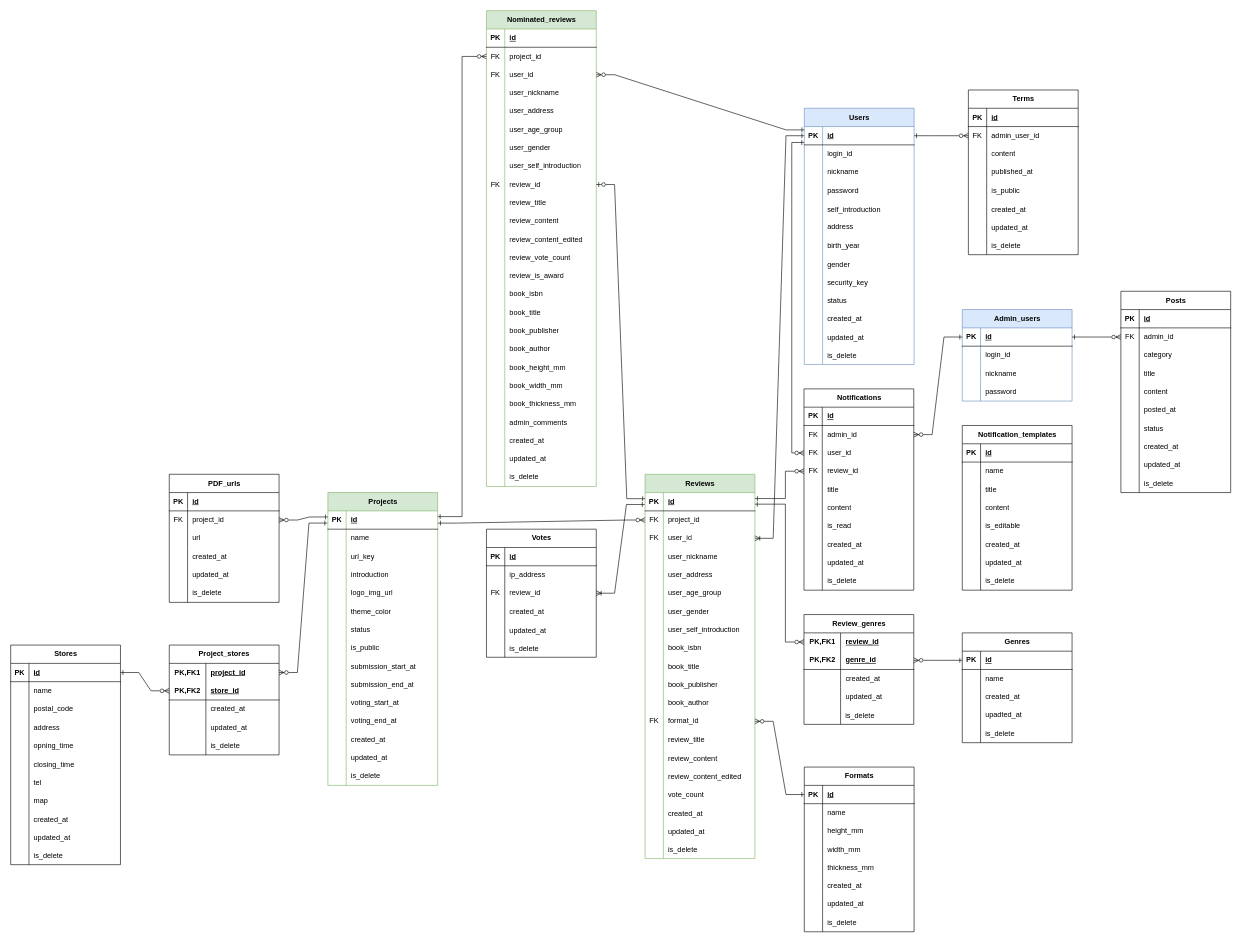
Above: ER図.drawio in knagaki1225/zoutohana-documentation (draw.io), before the change. Source tidied: cells renumbered, new cells numbered last; positions are measured from the earlier drawing's top-left corner, leaving out a move shared by most shapes. Both pictures are drawn from the tidied source at 61%, with x=0, y=0 at pixel (10, 10).
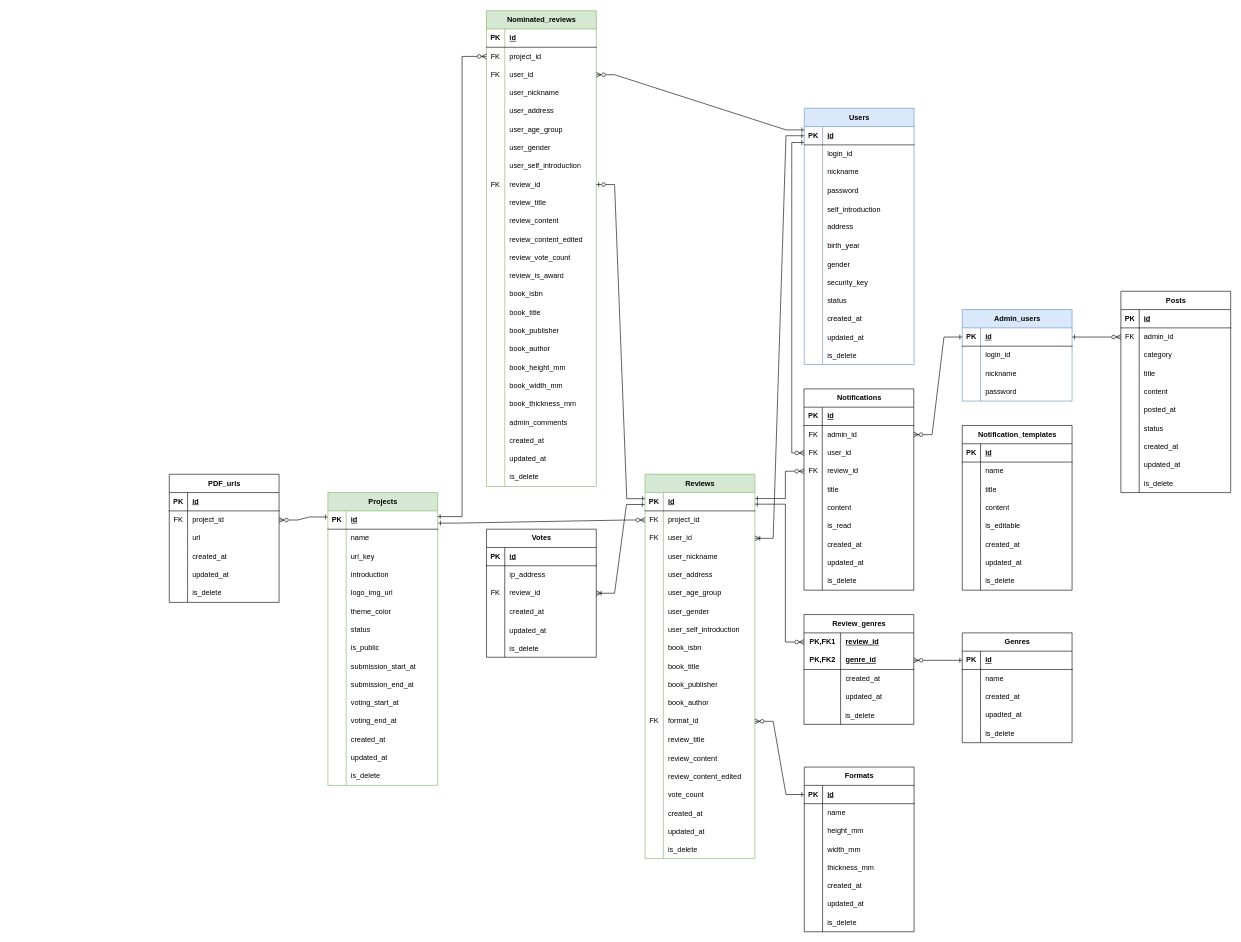
The same diagram, later.

The change refers to these unchanged cells:
```xml
<mxCell id="3" style="shape=tableRow;horizontal=0;startSize=0;swimlaneHead=0;swimlaneBody=0;fillColor=none;points=[[0,0.5],[1,0.5]];portConstraint=eastwest;top=0;left=0;right=0;bottom=1;" parent="2" vertex="1">
  <mxGeometry y="30" width="180" height="30" as="geometry" />
</mxCell>
```

Change to the diagram source:
```diff
@@
-    <mxCell id="434" value="Stores" style="shape=table;startSize=30;childLayout=tableLayout;rowLines=0;fontStyle=1;align=center;html=1;" parent="1" vertex="1">
-      <mxGeometry y="1040" width="180" height="360" as="geometry" />
-    </mxCell>
-    <mxCell id="435" style="shape=tableRow;horizontal=0;startSize=0;swimlaneHead=0;swimlaneBody=0;fillColor=none;points=[[0,0.5],[1,0.5]];portConstraint=eastwest;top=0;left=0;right=0;bottom=1;" parent="434" vertex="1">
-      <mxGeometry y="30" width="180" height="30" as="geometry" />
-    </mxCell>
-    <mxCell id="436" value="PK" style="shape=partialRectangle;fillColor=none;top=0;left=0;bottom=0;right=0;fontStyle=1;overflow=hidden;whiteSpace=wrap;html=1;" parent="435" vertex="1">
-      <mxGeometry width="30" height="30" as="geometry" />
-    </mxCell>
-    <mxCell id="437" value="id" style="shape=partialRectangle;fillColor=none;top=0;left=0;bottom=0;right=0;align=left;spacingLeft=6;fontStyle=5;overflow=hidden;whiteSpace=wrap;html=1;" parent="435" vertex="1">
-      <mxGeometry x="30" width="150" height="30" as="geometry" />
-    </mxCell>
-    <mxCell id="438" style="shape=tableRow;horizontal=0;startSize=0;swimlaneHead=0;swimlaneBody=0;fillColor=none;top=0;left=0;right=0;bottom=0;" parent="434" vertex="1">
-      <mxGeometry y="60" width="180" height="30" as="geometry" />
-    </mxCell>
-    <mxCell id="439" style="shape=partialRectangle;fillColor=none;top=0;left=0;bottom=0;right=0;overflow=hidden;whiteSpace=wrap;html=1;" parent="438" vertex="1">
-      <mxGeometry width="30" height="30" as="geometry" />
-    </mxCell>
-    <mxCell id="440" value="name" style="shape=partialRectangle;fillColor=none;top=0;left=0;bottom=0;right=0;align=left;spacingLeft=6;overflow=hidden;whiteSpace=wrap;html=1;" parent="438" vertex="1">
-      <mxGeometry x="30" width="150" height="30" as="geometry" />
-    </mxCell>
-    <mxCell id="441" style="shape=tableRow;horizontal=0;startSize=0;swimlaneHead=0;swimlaneBody=0;fillColor=none;top=0;left=0;right=0;bottom=0;" parent="434" vertex="1">
-      <mxGeometry y="90" width="180" height="30" as="geometry" />
-    </mxCell>
-    <mxCell id="442" style="shape=partialRectangle;fillColor=none;top=0;left=0;bottom=0;right=0;overflow=hidden;whiteSpace=wrap;html=1;" parent="441" vertex="1">
-      <mxGeometry width="30" height="30" as="geometry" />
-    </mxCell>
-    <mxCell id="443" value="postal_code" style="shape=partialRectangle;fillColor=none;top=0;left=0;bottom=0;right=0;align=left;spacingLeft=6;overflow=hidden;whiteSpace=wrap;html=1;" parent="441" vertex="1">
-      <mxGeometry x="30" width="150" height="30" as="geometry" />
-    </mxCell>
-    <mxCell id="444" style="shape=tableRow;horizontal=0;startSize=0;swimlaneHead=0;swimlaneBody=0;fillColor=none;top=0;left=0;right=0;bottom=0;" parent="434" vertex="1">
-      <mxGeometry y="120" width="180" height="30" as="geometry" />
-    </mxCell>
-    <mxCell id="445" style="shape=partialRectangle;fillColor=none;top=0;left=0;bottom=0;right=0;overflow=hidden;whiteSpace=wrap;html=1;" parent="444" vertex="1">
-      <mxGeometry width="30" height="30" as="geometry" />
-    </mxCell>
-    <mxCell id="446" value="address" style="shape=partialRectangle;fillColor=none;top=0;left=0;bottom=0;right=0;align=left;spacingLeft=6;overflow=hidden;whiteSpace=wrap;html=1;" parent="444" vertex="1">
-      <mxGeometry x="30" width="150" height="30" as="geometry" />
-    </mxCell>
-    <mxCell id="447" style="shape=tableRow;horizontal=0;startSize=0;swimlaneHead=0;swimlaneBody=0;fillColor=none;top=0;left=0;right=0;bottom=0;" parent="434" vertex="1">
-      <mxGeometry y="150" width="180" height="30" as="geometry" />
-    </mxCell>
-    <mxCell id="448" style="shape=partialRectangle;fillColor=none;top=0;left=0;bottom=0;right=0;overflow=hidden;" parent="447" vertex="1">
-      <mxGeometry width="30" height="30" as="geometry" />
-    </mxCell>
-    <mxCell id="449" value="opning_time" style="shape=partialRectangle;fillColor=none;top=0;left=0;bottom=0;right=0;align=left;spacingLeft=6;overflow=hidden;" parent="447" vertex="1">
-      <mxGeometry x="30" width="150" height="30" as="geometry" />
-    </mxCell>
-    <mxCell id="450" style="shape=tableRow;horizontal=0;startSize=0;swimlaneHead=0;swimlaneBody=0;fillColor=none;top=0;left=0;right=0;bottom=0;" parent="434" vertex="1">
-      <mxGeometry y="180" width="180" height="30" as="geometry" />
-    </mxCell>
-    <mxCell id="451" style="shape=partialRectangle;fillColor=none;top=0;left=0;bottom=0;right=0;overflow=hidden;" parent="450" vertex="1">
-      <mxGeometry width="30" height="30" as="geometry" />
-    </mxCell>
-    <mxCell id="452" value="closing_time" style="shape=partialRectangle;fillColor=none;top=0;left=0;bottom=0;right=0;align=left;spacingLeft=6;overflow=hidden;" parent="450" vertex="1">
-      <mxGeometry x="30" width="150" height="30" as="geometry" />
-    </mxCell>
-    <mxCell id="453" style="shape=tableRow;horizontal=0;startSize=0;swimlaneHead=0;swimlaneBody=0;fillColor=none;top=0;left=0;right=0;bottom=0;" parent="434" vertex="1">
-      <mxGeometry y="210" width="180" height="30" as="geometry" />
-    </mxCell>
-    <mxCell id="454" style="shape=partialRectangle;fillColor=none;top=0;left=0;bottom=0;right=0;overflow=hidden;" parent="453" vertex="1">
-      <mxGeometry width="30" height="30" as="geometry" />
-    </mxCell>
-    <mxCell id="455" value="tel" style="shape=partialRectangle;fillColor=none;top=0;left=0;bottom=0;right=0;align=left;spacingLeft=6;overflow=hidden;" parent="453" vertex="1">
-      <mxGeometry x="30" width="150" height="30" as="geometry" />
-    </mxCell>
-    <mxCell id="456" style="shape=tableRow;horizontal=0;startSize=0;swimlaneHead=0;swimlaneBody=0;fillColor=none;top=0;left=0;right=0;bottom=0;" parent="434" vertex="1">
-      <mxGeometry y="240" width="180" height="30" as="geometry" />
-    </mxCell>
-    <mxCell id="457" style="shape=partialRectangle;fillColor=none;top=0;left=0;bottom=0;right=0;overflow=hidden;" parent="456" vertex="1">
-      <mxGeometry width="30" height="30" as="geometry" />
-    </mxCell>
-    <mxCell id="458" value="map" style="shape=partialRectangle;fillColor=none;top=0;left=0;bottom=0;right=0;align=left;spacingLeft=6;overflow=hidden;" parent="456" vertex="1">
-      <mxGeometry x="30" width="150" height="30" as="geometry" />
-    </mxCell>
-    <mxCell id="459" style="shape=tableRow;horizontal=0;startSize=0;swimlaneHead=0;swimlaneBody=0;fillColor=none;top=0;left=0;right=0;bottom=0;" parent="434" vertex="1">
-      <mxGeometry y="270" width="180" height="30" as="geometry" />
-    </mxCell>
-    <mxCell id="460" style="shape=partialRectangle;fillColor=none;top=0;left=0;bottom=0;right=0;overflow=hidden;" parent="459" vertex="1">
-      <mxGeometry width="30" height="30" as="geometry" />
-    </mxCell>
-    <mxCell id="461" value="created_at" style="shape=partialRectangle;fillColor=none;top=0;left=0;bottom=0;right=0;align=left;spacingLeft=6;overflow=hidden;" parent="459" vertex="1">
-      <mxGeometry x="30" width="150" height="30" as="geometry" />
-    </mxCell>
-    <mxCell id="462" style="shape=tableRow;horizontal=0;startSize=0;swimlaneHead=0;swimlaneBody=0;fillColor=none;top=0;left=0;right=0;bottom=0;" parent="434" vertex="1">
-      <mxGeometry y="300" width="180" height="30" as="geometry" />
-    </mxCell>
-    <mxCell id="463" style="shape=partialRectangle;fillColor=none;top=0;left=0;bottom=0;right=0;overflow=hidden;" parent="462" vertex="1">
-      <mxGeometry width="30" height="30" as="geometry" />
-    </mxCell>
-    <mxCell id="464" value="updated_at" style="shape=partialRectangle;fillColor=none;top=0;left=0;bottom=0;right=0;align=left;spacingLeft=6;overflow=hidden;" parent="462" vertex="1">
-      <mxGeometry x="30" width="150" height="30" as="geometry" />
-    </mxCell>
-    <mxCell id="465" style="shape=tableRow;horizontal=0;startSize=0;swimlaneHead=0;swimlaneBody=0;fillColor=none;top=0;left=0;right=0;bottom=0;" parent="434" vertex="1">
-      <mxGeometry y="330" width="180" height="30" as="geometry" />
-    </mxCell>
-    <mxCell id="466" style="shape=partialRectangle;fillColor=none;top=0;left=0;bottom=0;right=0;overflow=hidden;" parent="465" vertex="1">
-      <mxGeometry width="30" height="30" as="geometry" />
-    </mxCell>
-    <mxCell id="467" value="is_delete" style="shape=partialRectangle;fillColor=none;top=0;left=0;bottom=0;right=0;align=left;spacingLeft=6;overflow=hidden;" parent="465" vertex="1">
-      <mxGeometry x="30" width="150" height="30" as="geometry" />
-    </mxCell>
-    <mxCell id="468" value="Project_stores" style="shape=table;startSize=30;childLayout=tableLayout;rowLines=0;fontStyle=1;align=center;html=1;whiteSpace=wrap;" parent="1" vertex="1">
-      <mxGeometry x="260" y="1040" width="180" height="180" as="geometry" />
-    </mxCell>
-    <mxCell id="469" style="shape=tableRow;horizontal=0;startSize=0;swimlaneHead=0;swimlaneBody=0;fillColor=none;points=[[0,0.5],[1,0.5]];portConstraint=eastwest;top=0;left=0;right=0;bottom=0;html=1;" parent="468" vertex="1">
-      <mxGeometry y="30" width="180" height="30" as="geometry" />
-    </mxCell>
-    <mxCell id="470" value="PK,FK1" style="shape=partialRectangle;fillColor=none;top=0;left=0;bottom=0;right=0;fontStyle=1;overflow=hidden;html=1;whiteSpace=wrap;" parent="469" vertex="1">
-      <mxGeometry width="60" height="30" as="geometry" />
-    </mxCell>
-    <mxCell id="471" value="project_id" style="shape=partialRectangle;fillColor=none;top=0;left=0;bottom=0;right=0;align=left;spacingLeft=6;fontStyle=5;overflow=hidden;html=1;whiteSpace=wrap;" parent="469" vertex="1">
-      <mxGeometry x="60" width="120" height="30" as="geometry" />
-    </mxCell>
-    <mxCell id="472" style="shape=tableRow;horizontal=0;startSize=0;swimlaneHead=0;swimlaneBody=0;fillColor=none;points=[[0,0.5],[1,0.5]];portConstraint=eastwest;top=0;left=0;right=0;bottom=1;html=1;" parent="468" vertex="1">
-      <mxGeometry y="60" width="180" height="30" as="geometry" />
-    </mxCell>
-    <mxCell id="473" value="PK,FK2" style="shape=partialRectangle;fillColor=none;top=0;left=0;bottom=0;right=0;fontStyle=1;overflow=hidden;html=1;whiteSpace=wrap;" parent="472" vertex="1">
-      <mxGeometry width="60" height="30" as="geometry" />
-    </mxCell>
-    <mxCell id="474" value="store_id" style="shape=partialRectangle;fillColor=none;top=0;left=0;bottom=0;right=0;align=left;spacingLeft=6;fontStyle=5;overflow=hidden;html=1;whiteSpace=wrap;" parent="472" vertex="1">
-      <mxGeometry x="60" width="120" height="30" as="geometry" />
-    </mxCell>
-    <mxCell id="475" style="shape=tableRow;horizontal=0;startSize=0;swimlaneHead=0;swimlaneBody=0;fillColor=none;top=0;left=0;right=0;bottom=0;html=1;" parent="468" vertex="1">
-      <mxGeometry y="90" width="180" height="30" as="geometry" />
-    </mxCell>
-    <mxCell id="476" style="shape=partialRectangle;fillColor=none;top=0;left=0;bottom=0;right=0;overflow=hidden;html=1;whiteSpace=wrap;" parent="475" vertex="1">
-      <mxGeometry width="60" height="30" as="geometry" />
-    </mxCell>
-    <mxCell id="477" value="created_at" style="shape=partialRectangle;fillColor=none;top=0;left=0;bottom=0;right=0;align=left;spacingLeft=6;overflow=hidden;html=1;whiteSpace=wrap;" parent="475" vertex="1">
-      <mxGeometry x="60" width="120" height="30" as="geometry" />
-    </mxCell>
-    <mxCell id="478" style="shape=tableRow;horizontal=0;startSize=0;swimlaneHead=0;swimlaneBody=0;fillColor=none;top=0;left=0;right=0;bottom=0;html=1;" parent="468" vertex="1">
-      <mxGeometry y="120" width="180" height="30" as="geometry" />
-    </mxCell>
-    <mxCell id="479" style="shape=partialRectangle;fillColor=none;top=0;left=0;bottom=0;right=0;overflow=hidden;html=1;whiteSpace=wrap;" parent="478" vertex="1">
-      <mxGeometry width="60" height="30" as="geometry" />
-    </mxCell>
-    <mxCell id="480" value="updated_at" style="shape=partialRectangle;fillColor=none;top=0;left=0;bottom=0;right=0;align=left;spacingLeft=6;overflow=hidden;html=1;whiteSpace=wrap;" parent="478" vertex="1">
-      <mxGeometry x="60" width="120" height="30" as="geometry" />
-    </mxCell>
-    <mxCell id="481" style="shape=tableRow;horizontal=0;startSize=0;swimlaneHead=0;swimlaneBody=0;fillColor=none;top=0;left=0;right=0;bottom=0;" parent="468" vertex="1">
-      <mxGeometry y="150" width="180" height="30" as="geometry" />
-    </mxCell>
-    <mxCell id="482" style="shape=partialRectangle;fillColor=none;top=0;left=0;bottom=0;right=0;overflow=hidden;" parent="481" vertex="1">
-      <mxGeometry width="60" height="30" as="geometry" />
-    </mxCell>
-    <mxCell id="483" value="is_delete" style="shape=partialRectangle;fillColor=none;top=0;left=0;bottom=0;right=0;align=left;spacingLeft=6;overflow=hidden;" parent="481" vertex="1">
-      <mxGeometry x="60" width="120" height="30" as="geometry" />
-    </mxCell>
-    <mxCell id="484" value="Terms" style="shape=table;startSize=30;childLayout=tableLayout;rowLines=0;fontStyle=1;align=center;html=1;" parent="1" vertex="1">
-      <mxGeometry x="1570" y="130" width="180" height="270" as="geometry" />
-    </mxCell>
-    <mxCell id="485" style="shape=tableRow;horizontal=0;startSize=0;swimlaneHead=0;swimlaneBody=0;fillColor=none;top=0;left=0;right=0;bottom=1;" parent="484" vertex="1">
-      <mxGeometry y="30" width="180" height="30" as="geometry" />
-    </mxCell>
-    <mxCell id="486" value="PK" style="shape=partialRectangle;fillColor=none;top=0;left=0;bottom=0;right=0;fontStyle=1;overflow=hidden;whiteSpace=wrap;html=1;" parent="485" vertex="1">
-      <mxGeometry width="30" height="30" as="geometry" />
-    </mxCell>
-    <mxCell id="487" value="id" style="shape=partialRectangle;fillColor=none;top=0;left=0;bottom=0;right=0;align=left;spacingLeft=6;fontStyle=5;overflow=hidden;whiteSpace=wrap;html=1;" parent="485" vertex="1">
-      <mxGeometry x="30" width="150" height="30" as="geometry" />
-    </mxCell>
-    <mxCell id="488" style="shape=tableRow;horizontal=0;startSize=0;swimlaneHead=0;swimlaneBody=0;fillColor=none;points=[[0,0.5],[1,0.5]];portConstraint=eastwest;top=0;left=0;right=0;bottom=0;" parent="484" vertex="1">
-      <mxGeometry y="60" width="180" height="30" as="geometry" />
-    </mxCell>
-    <mxCell id="489" value="FK" style="shape=partialRectangle;fillColor=none;top=0;left=0;bottom=0;right=0;overflow=hidden;" parent="488" vertex="1">
-      <mxGeometry width="30" height="30" as="geometry" />
-    </mxCell>
-    <mxCell id="490" value="admin_user_id" style="shape=partialRectangle;fillColor=none;top=0;left=0;bottom=0;right=0;align=left;spacingLeft=6;overflow=hidden;" parent="488" vertex="1">
-      <mxGeometry x="30" width="150" height="30" as="geometry" />
-    </mxCell>
-    <mxCell id="491" style="shape=tableRow;horizontal=0;startSize=0;swimlaneHead=0;swimlaneBody=0;fillColor=none;top=0;left=0;right=0;bottom=0;" parent="484" vertex="1">
-      <mxGeometry y="90" width="180" height="30" as="geometry" />
-    </mxCell>
-    <mxCell id="492" style="shape=partialRectangle;fillColor=none;top=0;left=0;bottom=0;right=0;overflow=hidden;whiteSpace=wrap;html=1;" parent="491" vertex="1">
-      <mxGeometry width="30" height="30" as="geometry" />
-    </mxCell>
-    <mxCell id="493" value="content" style="shape=partialRectangle;fillColor=none;top=0;left=0;bottom=0;right=0;align=left;spacingLeft=6;overflow=hidden;whiteSpace=wrap;html=1;" parent="491" vertex="1">
-      <mxGeometry x="30" width="150" height="30" as="geometry" />
-    </mxCell>
-    <mxCell id="494" style="shape=tableRow;horizontal=0;startSize=0;swimlaneHead=0;swimlaneBody=0;fillColor=none;top=0;left=0;right=0;bottom=0;" parent="484" vertex="1">
-      <mxGeometry y="120" width="180" height="30" as="geometry" />
-    </mxCell>
-    <mxCell id="495" style="shape=partialRectangle;fillColor=none;top=0;left=0;bottom=0;right=0;overflow=hidden;whiteSpace=wrap;html=1;" parent="494" vertex="1">
-      <mxGeometry width="30" height="30" as="geometry" />
-    </mxCell>
-    <mxCell id="496" value="published_at" style="shape=partialRectangle;fillColor=none;top=0;left=0;bottom=0;right=0;align=left;spacingLeft=6;overflow=hidden;whiteSpace=wrap;html=1;" parent="494" vertex="1">
-      <mxGeometry x="30" width="150" height="30" as="geometry" />
-    </mxCell>
-    <mxCell id="497" style="shape=tableRow;horizontal=0;startSize=0;swimlaneHead=0;swimlaneBody=0;fillColor=none;top=0;left=0;right=0;bottom=0;" parent="484" vertex="1">
-      <mxGeometry y="150" width="180" height="30" as="geometry" />
-    </mxCell>
-    <mxCell id="498" style="shape=partialRectangle;fillColor=none;top=0;left=0;bottom=0;right=0;overflow=hidden;whiteSpace=wrap;html=1;" parent="497" vertex="1">
-      <mxGeometry width="30" height="30" as="geometry" />
-    </mxCell>
-    <mxCell id="499" value="is_public" style="shape=partialRectangle;fillColor=none;top=0;left=0;bottom=0;right=0;align=left;spacingLeft=6;overflow=hidden;whiteSpace=wrap;html=1;" parent="497" vertex="1">
-      <mxGeometry x="30" width="150" height="30" as="geometry" />
-    </mxCell>
-    <mxCell id="500" style="shape=tableRow;horizontal=0;startSize=0;swimlaneHead=0;swimlaneBody=0;fillColor=none;top=0;left=0;right=0;bottom=0;" parent="484" vertex="1">
-      <mxGeometry y="180" width="180" height="30" as="geometry" />
-    </mxCell>
-    <mxCell id="501" style="shape=partialRectangle;fillColor=none;top=0;left=0;bottom=0;right=0;overflow=hidden;" parent="500" vertex="1">
-      <mxGeometry width="30" height="30" as="geometry" />
-    </mxCell>
-    <mxCell id="502" value="created_at" style="shape=partialRectangle;fillColor=none;top=0;left=0;bottom=0;right=0;align=left;spacingLeft=6;overflow=hidden;" parent="500" vertex="1">
-      <mxGeometry x="30" width="150" height="30" as="geometry" />
-    </mxCell>
-    <mxCell id="503" style="shape=tableRow;horizontal=0;startSize=0;swimlaneHead=0;swimlaneBody=0;fillColor=none;top=0;left=0;right=0;bottom=0;" parent="484" vertex="1">
-      <mxGeometry y="210" width="180" height="30" as="geometry" />
-    </mxCell>
-    <mxCell id="504" style="shape=partialRectangle;fillColor=none;top=0;left=0;bottom=0;right=0;overflow=hidden;" parent="503" vertex="1">
-      <mxGeometry width="30" height="30" as="geometry" />
-    </mxCell>
-    <mxCell id="505" value="updated_at" style="shape=partialRectangle;fillColor=none;top=0;left=0;bottom=0;right=0;align=left;spacingLeft=6;overflow=hidden;" parent="503" vertex="1">
-      <mxGeometry x="30" width="150" height="30" as="geometry" />
-    </mxCell>
-    <mxCell id="506" style="shape=tableRow;horizontal=0;startSize=0;swimlaneHead=0;swimlaneBody=0;fillColor=none;top=0;left=0;right=0;bottom=0;" parent="484" vertex="1">
-      <mxGeometry y="240" width="180" height="30" as="geometry" />
-    </mxCell>
-    <mxCell id="507" style="shape=partialRectangle;fillColor=none;top=0;left=0;bottom=0;right=0;overflow=hidden;" parent="506" vertex="1">
-      <mxGeometry width="30" height="30" as="geometry" />
-    </mxCell>
-    <mxCell id="508" value="is_delete" style="shape=partialRectangle;fillColor=none;top=0;left=0;bottom=0;right=0;align=left;spacingLeft=6;overflow=hidden;" parent="506" vertex="1">
-      <mxGeometry x="30" width="150" height="30" as="geometry" />
-    </mxCell>
-    <mxCell id="509" style="edgeStyle=entityRelationEdgeStyle;rounded=0;jettySize=auto;html=1;entryX=1;entryY=0.5;entryDx=0;entryDy=0;endArrow=ERone;endFill=0;startArrow=ERzeroToMany;startFill=0;exitX=0;exitY=0.5;exitDx=0;exitDy=0;" parent="1" edge="1" source="488" target="3">
-      <mxGeometry relative="1" as="geometry" />
-    </mxCell>
-    <mxCell id="510" style="edgeStyle=entityRelationEdgeStyle;rounded=0;jettySize=auto;html=1;endArrow=ERone;endFill=0;startArrow=ERzeroToMany;startFill=0;exitX=1;exitY=0.5;exitDx=0;exitDy=0;" parent="1" edge="1" source="469">
-      <mxGeometry relative="1" as="geometry">
-        <mxPoint x="519" y="840" as="targetPoint" />
-      </mxGeometry>
-    </mxCell>
-    <mxCell id="511" style="edgeStyle=entityRelationEdgeStyle;rounded=0;jettySize=auto;html=1;entryX=1;entryY=0.5;entryDx=0;entryDy=0;endArrow=ERone;endFill=0;startArrow=ERzeroToMany;startFill=0;exitX=0;exitY=0.5;exitDx=0;exitDy=0;" parent="1" edge="1" source="472" target="435">
-      <mxGeometry relative="1" as="geometry" />
-    </mxCell>
```
